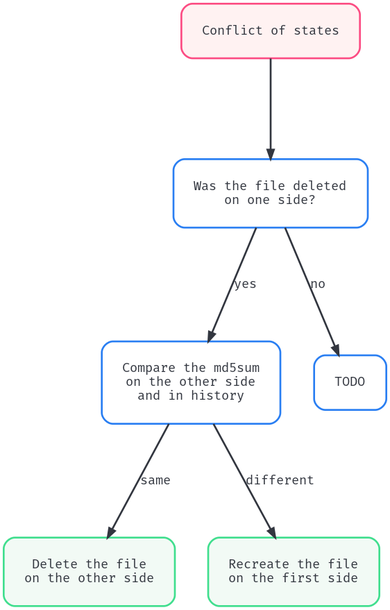
Above: RFC/conflict.png in nono/cozy-desktop-experiments (Graphviz), before the change. Its source is kept beside it as RFC/conflict.gv.
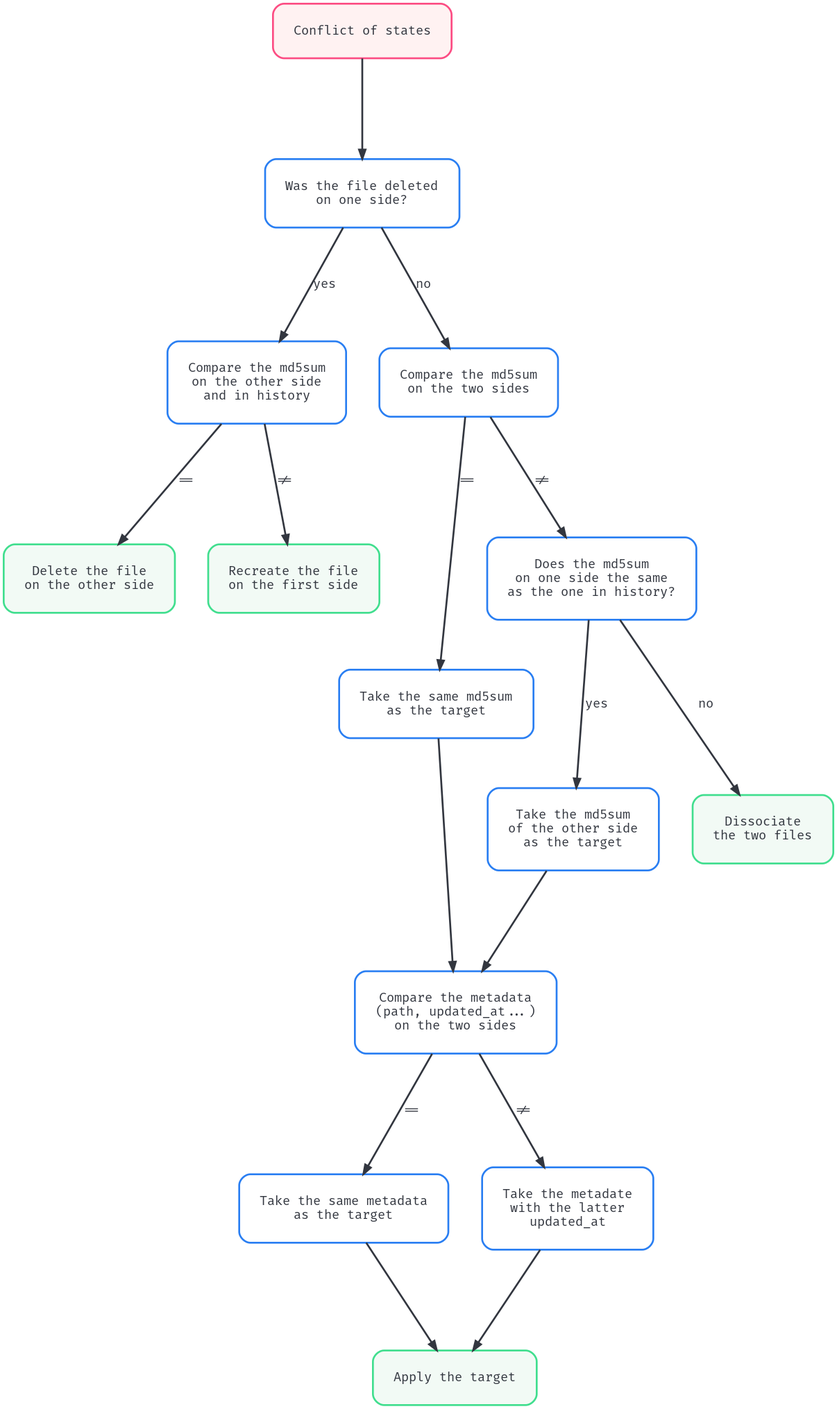
The same diagram one commit later.

Commit message:
Finalize the conflict resolution

Change to the diagram source:
```diff
@@ -5,15 +5,42 @@
 	nodesep = 0.5
 
 	start [label="Conflict of states", color="#FC4C83", fillcolor="#FFF2F2", style="filled,bold,rounded"]
+	start -> ask_deletion
+
 	ask_deletion [label="Was the file deleted\non one side?"]
+	ask_deletion -> deleted [label="yes"]
+	ask_deletion -> not_deleted [label="no"]
+
 	deleted [label="Compare the md5sum\non the other side\nand in history"]
-	not_deleted [label="TODO"]
+	deleted -> act_delete [label="=="]
+	deleted -> act_recreate [label="!="]
+
+	not_deleted [label="Compare the md5sum\non the two sides"]
+	not_deleted -> same_sum [label="=="]
+	not_deleted -> changed_sum [label="!="]
+
+	same_sum [label="Take the same md5sum\nas the target"]
+	same_sum -> ask_meta
+
+	changed_sum [label="Does the md5sum\non one side the same\nas the one in history?"]
+	changed_sum -> updated_sum [label="yes"]
+	changed_sum -> act_dissociate [label="no"]
+
+	updated_sum [label="Take the md5sum\nof the other side\nas the target"]
+	updated_sum -> ask_meta
+
+	ask_meta [label="Compare the metadata\n(path, updated_at...)\non the two sides"]
+	ask_meta -> same_meta [label="=="]
+	ask_meta -> changed_meta [label="!="]
+
+	same_meta [label="Take the same metadata\nas the target"]
+	same_meta -> act_apply
+
+	changed_meta [label="Take the metadate\nwith the latter\nupdated_at"]
+	changed_meta -> act_apply
+
+	act_dissociate [label="Dissociate\nthe two files", color="#40DE8E", fillcolor="#F2FAF5", style="filled,bold,rounded"]
 	act_delete [label="Delete the file\non the other side", color="#40DE8E", fillcolor="#F2FAF5", style="filled,bold,rounded"]
 	act_recreate [label="Recreate the file\non the first side", color="#40DE8E", fillcolor="#F2FAF5", style="filled,bold,rounded"]
-
-	start -> ask_deletion
-	ask_deletion -> deleted [label="yes"]
-	ask_deletion -> not_deleted [label="no"]
-	deleted -> act_delete [label="same"]
-	deleted -> act_recreate [label="different"]
+	act_apply [label="Apply the target", color="#40DE8E", fillcolor="#F2FAF5", style="filled,bold,rounded"]
 }
```
